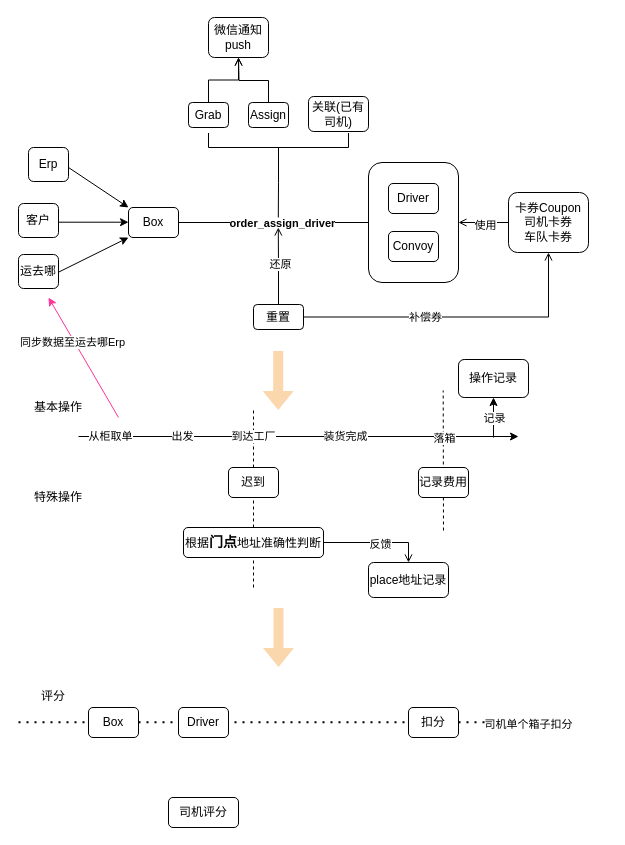
gongyao1992/draw keeps this draw.io diagram as 当前箱信调度.drawio. Above is the earlier version. Source tidied: cells renumbered, new cells numbered last; positions are measured from the earlier drawing's top-left corner, leaving out a move shared by most shapes. Both pictures are drawn from the tidied source at 100%, with x=0, y=0 at pixel (18, 17).
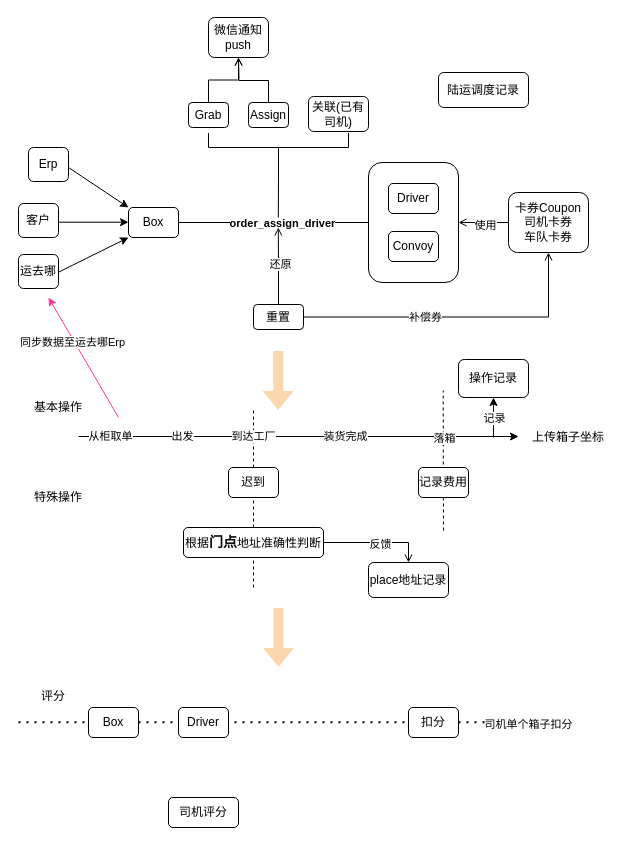
Above is the later version.

Commit message:
更新当前箱信调度.drawio

What changed in the source:
```diff
@@
+    <mxCell id="61" value="陆运调度记录" style="rounded=1;whiteSpace=wrap;html=1;" parent="1" vertex="1">
+      <mxGeometry x="420" y="55" width="90" height="35" as="geometry" />
+    </mxCell>
+    <mxCell id="62" value="上传箱子坐标" style="text;html=1;strokeColor=none;fillColor=none;align=center;verticalAlign=middle;whiteSpace=wrap;rounded=0;" parent="1" vertex="1">
+      <mxGeometry x="510" y="410" width="80" height="20" as="geometry" />
+    </mxCell>
```
